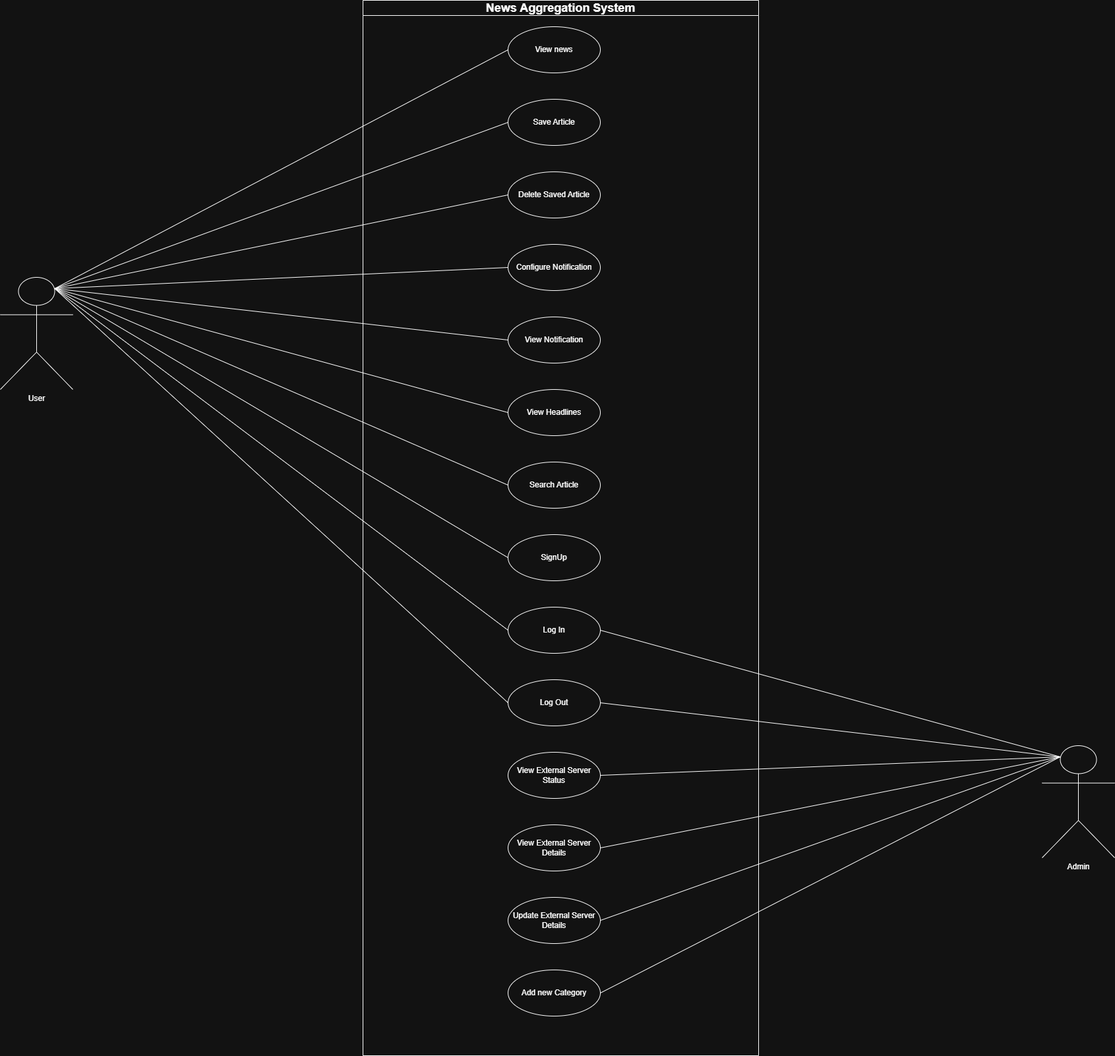
This is UML_Diagrams/UseCaseDiagram_Of_NewAggregation.png from gourav-jain-intimetec/NewsAggregation, a draw.io export, as it was before one commit. Source tidied: cells renumbered, new cells last; positions are measured from the earlier drawing's top-left corner, leaving out a move shared by most shapes.
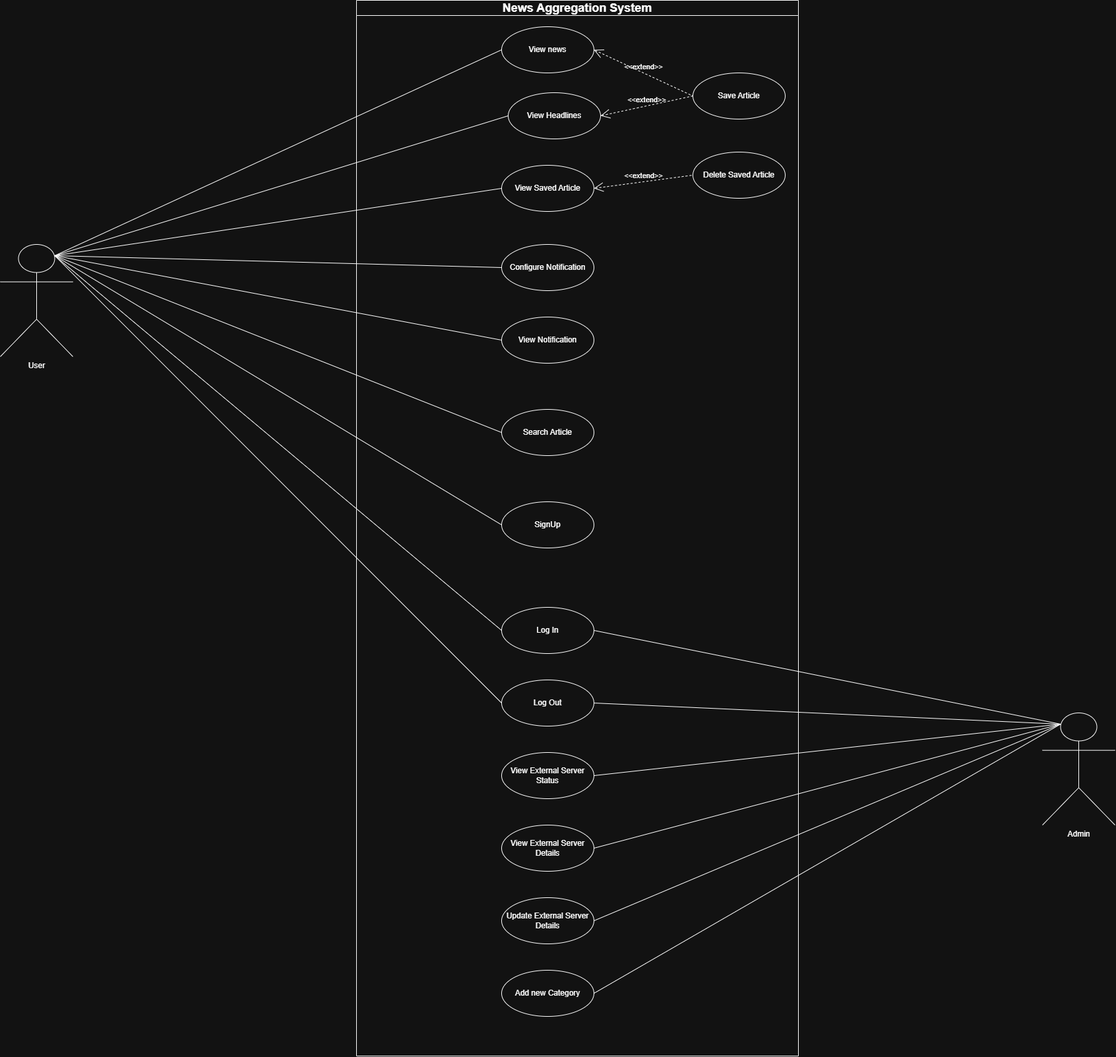
Later version of the same file.

Commit message:
Modified ERD and Use case diagram

Diff of the diagram source:
```diff
@@ -9,14 +9,11 @@
       <mxGeometry x="1580" y="1130" width="110" height="170" as="geometry" />
     </mxCell>
     <mxCell id="4" value="&lt;font style=&quot;font-size: 18px;&quot;&gt;News Aggregation System&lt;/font&gt;" style="swimlane;whiteSpace=wrap;html=1;" parent="1" vertex="1">
-      <mxGeometry x="550" width="600" height="1600" as="geometry" />
+      <mxGeometry x="540" y="50" width="670" height="1600" as="geometry" />
     </mxCell>
     <mxCell id="5" value="View news" style="ellipse;whiteSpace=wrap;html=1;flipV=0;flipH=0;" parent="4" vertex="1">
       <mxGeometry x="220" y="40" width="140" height="70" as="geometry" />
     </mxCell>
-    <mxCell id="6" value="Save Article" style="ellipse;whiteSpace=wrap;html=1;flipV=0;flipH=0;" parent="4" vertex="1">
-      <mxGeometry x="220" y="150" width="140" height="70" as="geometry" />
-    </mxCell>
     <mxCell id="7" value="Add new Category" style="ellipse;whiteSpace=wrap;html=1;flipV=0;flipH=0;" parent="4" vertex="1">
       <mxGeometry x="220" y="1470" width="140" height="70" as="geometry" />
     </mxCell>
@@ -33,13 +30,13 @@
       <mxGeometry x="220" y="920" width="140" height="70" as="geometry" />
     </mxCell>
     <mxCell id="12" value="SignUp" style="ellipse;whiteSpace=wrap;html=1;flipV=0;flipH=0;" parent="4" vertex="1">
-      <mxGeometry x="220" y="810" width="140" height="70" as="geometry" />
+      <mxGeometry x="220" y="760" width="140" height="70" as="geometry" />
     </mxCell>
     <mxCell id="13" value="Search Article" style="ellipse;whiteSpace=wrap;html=1;flipV=0;flipH=0;" parent="4" vertex="1">
-      <mxGeometry x="220" y="700" width="140" height="70" as="geometry" />
+      <mxGeometry x="220" y="620" width="140" height="70" as="geometry" />
     </mxCell>
     <mxCell id="14" value="View Headlines" style="ellipse;whiteSpace=wrap;html=1;flipV=0;flipH=0;" parent="4" vertex="1">
-      <mxGeometry x="220" y="590" width="140" height="70" as="geometry" />
+      <mxGeometry x="230" y="140" width="140" height="70" as="geometry" />
     </mxCell>
     <mxCell id="15" value="View Notification" style="ellipse;whiteSpace=wrap;html=1;flipV=0;flipH=0;" parent="4" vertex="1">
       <mxGeometry x="220" y="480" width="140" height="70" as="geometry" />
@@ -47,21 +44,30 @@
     <mxCell id="16" value="Configure Notification" style="ellipse;whiteSpace=wrap;html=1;flipV=0;flipH=0;" parent="4" vertex="1">
       <mxGeometry x="220" y="370" width="140" height="70" as="geometry" />
     </mxCell>
+    <mxCell id="18" value="Log Out" style="ellipse;whiteSpace=wrap;html=1;flipV=0;flipH=0;" parent="4" vertex="1">
+      <mxGeometry x="220" y="1030" width="140" height="70" as="geometry" />
+    </mxCell>
     <mxCell id="17" value="Delete Saved Article" style="ellipse;whiteSpace=wrap;html=1;flipV=0;flipH=0;" parent="4" vertex="1">
-      <mxGeometry x="220" y="260" width="140" height="70" as="geometry" />
+      <mxGeometry x="510" y="230" width="140" height="70" as="geometry" />
     </mxCell>
-    <mxCell id="18" value="Log Out" style="ellipse;whiteSpace=wrap;html=1;flipV=0;flipH=0;" parent="4" vertex="1">
-      <mxGeometry x="220" y="1030" width="140" height="70" as="geometry" />
-    </mxCell>
+    <mxCell id="35" value="View Saved Article" style="ellipse;whiteSpace=wrap;html=1;flipV=0;flipH=0;" parent="4" vertex="1">
+      <mxGeometry x="220" y="250" width="140" height="70" as="geometry" />
+    </mxCell>
+    <mxCell id="36" value="&amp;lt;&amp;lt;extend&amp;gt;&amp;gt;" style="edgeStyle=none;html=1;startArrow=open;endArrow=none;startSize=12;verticalAlign=bottom;dashed=1;labelBackgroundColor=none;rounded=0;entryX=0;entryY=0.5;entryDx=0;entryDy=0;exitX=1;exitY=0.5;exitDx=0;exitDy=0;" parent="4" edge="1" source="35" target="17">
+      <mxGeometry relative="1" as="geometry" />
+    </mxCell>
+    <mxCell id="6" value="Save Article" style="ellipse;whiteSpace=wrap;html=1;flipV=0;flipH=0;" parent="4" vertex="1">
+      <mxGeometry x="510" y="110" width="140" height="70" as="geometry" />
+    </mxCell>
+    <mxCell id="37" value="&amp;lt;&amp;lt;extend&amp;gt;&amp;gt;" style="edgeStyle=none;html=1;startArrow=open;endArrow=none;startSize=12;verticalAlign=bottom;dashed=1;labelBackgroundColor=none;rounded=0;exitX=1;exitY=0.5;exitDx=0;exitDy=0;entryX=0;entryY=0.5;entryDx=0;entryDy=0;" parent="4" edge="1" source="5" target="6">
+      <mxGeometry relative="1" as="geometry" />
+    </mxCell>
+    <mxCell id="38" value="&amp;lt;&amp;lt;extend&amp;gt;&amp;gt;" style="edgeStyle=none;html=1;startArrow=open;endArrow=none;startSize=12;verticalAlign=bottom;dashed=1;labelBackgroundColor=none;rounded=0;exitX=1;exitY=0.5;exitDx=0;exitDy=0;entryX=0;entryY=0.5;entryDx=0;entryDy=0;" parent="4" edge="1" source="14" target="6">
+      <mxGeometry relative="1" as="geometry" />
+    </mxCell>
     <mxCell id="19" style="edgeStyle=none;html=1;endArrow=none;verticalAlign=bottom;rounded=0;entryX=0;entryY=0.5;entryDx=0;entryDy=0;exitX=0.75;exitY=0.1;exitDx=0;exitDy=0;exitPerimeter=0;" parent="1" edge="1" source="2" target="5">
       <mxGeometry relative="1" as="geometry" />
     </mxCell>
-    <mxCell id="20" style="edgeStyle=none;html=1;endArrow=none;verticalAlign=bottom;rounded=0;exitX=0.75;exitY=0.1;exitDx=0;exitDy=0;exitPerimeter=0;entryX=0;entryY=0.5;entryDx=0;entryDy=0;" parent="1" edge="1" source="2" target="6">
-      <mxGeometry relative="1" as="geometry" />
-    </mxCell>
-    <mxCell id="21" style="edgeStyle=none;html=1;endArrow=none;verticalAlign=bottom;rounded=0;exitX=0.75;exitY=0.1;exitDx=0;exitDy=0;exitPerimeter=0;entryX=0;entryY=0.5;entryDx=0;entryDy=0;" parent="1" edge="1" source="2" target="17">
-      <mxGeometry relative="1" as="geometry" />
-    </mxCell>
     <mxCell id="22" style="edgeStyle=none;html=1;endArrow=none;verticalAlign=bottom;rounded=0;exitX=0.75;exitY=0.1;exitDx=0;exitDy=0;exitPerimeter=0;entryX=0;entryY=0.5;entryDx=0;entryDy=0;" parent="1" edge="1" source="2" target="16">
       <mxGeometry relative="1" as="geometry" />
     </mxCell>
@@ -101,5 +107,8 @@
     <mxCell id="34" style="edgeStyle=none;html=1;endArrow=none;verticalAlign=bottom;rounded=0;exitX=1;exitY=0.5;exitDx=0;exitDy=0;entryX=0.25;entryY=0.1;entryDx=0;entryDy=0;entryPerimeter=0;" parent="1" edge="1" source="7" target="3">
       <mxGeometry relative="1" as="geometry" />
     </mxCell>
+    <mxCell id="39" style="endArrow=none;html=1;rounded=0;exitX=0.75;exitY=0.1;exitDx=0;exitDy=0;exitPerimeter=0;entryX=0;entryY=0.5;entryDx=0;entryDy=0;" parent="1" edge="1" source="2" target="35">
+      <mxGeometry relative="1" as="geometry" />
+    </mxCell>
   </root>
 </mxGraphModel>
```
